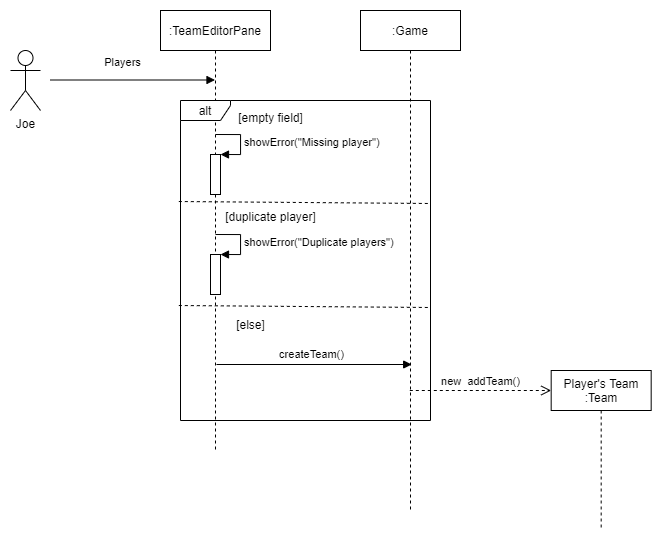
Earlier version of the draw.io export docs/imgs/teamcreation.png (TorsteinTh/software-design-vu). Source tidied: cells renumbered, new cells last; positions are measured from the earlier drawing's top-left corner, leaving out a move shared by most shapes. Its diagram source:
```xml
<mxGraphModel background="#ffffff">
  <root>
    <mxCell id="0" />
    <mxCell id="1" parent="0" />
    <mxCell id="2" value="Joe" style="shape=umlActor;verticalLabelPosition=bottom;labelBackgroundColor=#ffffff;verticalAlign=top;html=1;" parent="1" vertex="1">
      <mxGeometry y="40" width="30" height="60" as="geometry" />
    </mxCell>
    <mxCell id="3" value="Players" style="html=1;verticalAlign=bottom;endArrow=block;" parent="1" edge="1">
      <mxGeometry x="-0.13" y="10" relative="1" as="geometry">
        <mxPoint x="40" y="69.5" as="sourcePoint" />
        <mxPoint x="204.5" y="69.5" as="targetPoint" />
        <mxPoint y="1" as="offset" />
      </mxGeometry>
    </mxCell>
    <mxCell id="4" value=":TeamEditorPane" style="shape=umlLifeline;perimeter=lifelinePerimeter;whiteSpace=wrap;html=1;" parent="1" vertex="1">
      <mxGeometry x="150" width="110" height="440" as="geometry" />
    </mxCell>
    <mxCell id="5" value=":Game" style="shape=umlLifeline;perimeter=lifelinePerimeter;whiteSpace=wrap;html=1;" parent="1" vertex="1">
      <mxGeometry x="350" width="100" height="500" as="geometry" />
    </mxCell>
    <mxCell id="6" value="createTeam()" style="html=1;verticalAlign=bottom;endArrow=block;" parent="1" edge="1">
      <mxGeometry x="-0.02" y="1" relative="1" as="geometry">
        <mxPoint x="206" y="354" as="sourcePoint" />
        <mxPoint x="401.2" y="354" as="targetPoint" />
      </mxGeometry>
    </mxCell>
    <mxCell id="7" value="Player's Team&lt;br&gt;:Team" style="shape=umlLifeline;perimeter=lifelinePerimeter;whiteSpace=wrap;html=1;" parent="1" vertex="1">
      <mxGeometry x="540.7" y="360" width="100" height="160" as="geometry" />
    </mxCell>
    <mxCell id="8" value="new&amp;nbsp; addTeam()" style="html=1;verticalAlign=bottom;endArrow=open;dashed=1;endSize=8;" parent="1" edge="1">
      <mxGeometry relative="1" as="geometry">
        <mxPoint x="399.3" y="380" as="sourcePoint" />
        <mxPoint x="540.7" y="380" as="targetPoint" />
      </mxGeometry>
    </mxCell>
    <mxCell id="9" value="alt" style="shape=umlFrame;whiteSpace=wrap;html=1;width=50;height=20;" parent="1" vertex="1">
      <mxGeometry x="170" y="90" width="250" height="320" as="geometry" />
    </mxCell>
    <mxCell id="10" style="endArrow=none;dashed=1;html=1;exitX=-0.006;exitY=0.526;exitDx=0;exitDy=0;exitPerimeter=0;" parent="1" edge="1">
      <mxGeometry relative="1" as="geometry">
        <mxPoint x="168.3" y="295" as="sourcePoint" />
        <mxPoint x="420" y="297" as="targetPoint" />
      </mxGeometry>
    </mxCell>
    <mxCell id="11" value="[empty field]" style="text;html=1;align=center;verticalAlign=middle;" parent="1" vertex="1">
      <mxGeometry x="220" y="97" width="80" height="20" as="geometry" />
    </mxCell>
    <mxCell id="12" style="endArrow=none;dashed=1;html=1;exitX=-0.006;exitY=0.526;exitDx=0;exitDy=0;exitPerimeter=0;" parent="1" edge="1">
      <mxGeometry relative="1" as="geometry">
        <mxPoint x="168.3" y="191" as="sourcePoint" />
        <mxPoint x="420" y="193" as="targetPoint" />
      </mxGeometry>
    </mxCell>
    <mxCell id="13" style="html=1;points=[];perimeter=orthogonalPerimeter;" parent="1" vertex="1">
      <mxGeometry x="200" y="144" width="10" height="40" as="geometry" />
    </mxCell>
    <mxCell id="14" value="showError(&quot;Missing player&quot;)" style="edgeStyle=orthogonalEdgeStyle;html=1;align=left;spacingLeft=2;endArrow=block;rounded=0;entryX=1;entryY=0;" parent="1" edge="1" target="13">
      <mxGeometry relative="1" as="geometry">
        <mxPoint x="205" y="124" as="sourcePoint" />
        <Array as="points">
          <mxPoint x="230" y="124" />
        </Array>
      </mxGeometry>
    </mxCell>
    <mxCell id="15" value="[duplicate player]" style="text;html=1;align=center;verticalAlign=middle;" parent="1" vertex="1">
      <mxGeometry x="205" y="196" width="110" height="20" as="geometry" />
    </mxCell>
    <mxCell id="16" style="html=1;points=[];perimeter=orthogonalPerimeter;" parent="1" vertex="1">
      <mxGeometry x="200" y="244" width="10" height="40" as="geometry" />
    </mxCell>
    <mxCell id="17" value="showError(&quot;Duplicate players&quot;)" style="edgeStyle=orthogonalEdgeStyle;html=1;align=left;spacingLeft=2;endArrow=block;rounded=0;entryX=1;entryY=0;" parent="1" edge="1" target="16">
      <mxGeometry relative="1" as="geometry">
        <mxPoint x="205" y="224" as="sourcePoint" />
        <Array as="points">
          <mxPoint x="230" y="224" />
        </Array>
      </mxGeometry>
    </mxCell>
    <mxCell id="18" value="[else]" style="text;html=1;align=center;verticalAlign=middle;" parent="1" vertex="1">
      <mxGeometry x="220" y="304" width="40" height="20" as="geometry" />
    </mxCell>
  </root>
</mxGraphModel>
```
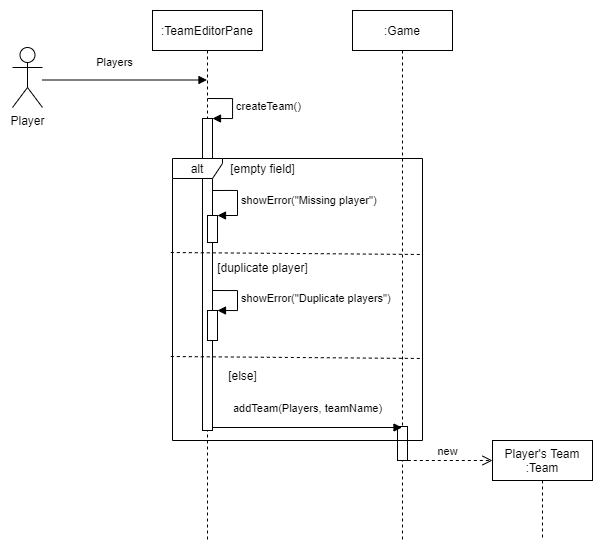
The same diagram one commit later.

What changed in the source:
```diff
@@ -2,9 +2,12 @@
   <root>
     <mxCell id="0" />
     <mxCell id="1" parent="0" />
-    <mxCell id="2" value="Joe" style="shape=umlActor;verticalLabelPosition=bottom;labelBackgroundColor=#ffffff;verticalAlign=top;html=1;" parent="1" vertex="1">
-      <mxGeometry y="40" width="30" height="60" as="geometry" />
-    </mxCell>
+    <mxCell id="8" value="new" style="html=1;verticalAlign=bottom;endArrow=open;dashed=1;endSize=8;" parent="1" edge="1">
+      <mxGeometry relative="1" as="geometry">
+        <mxPoint x="399.3" y="450" as="sourcePoint" />
+        <mxPoint x="490" y="450" as="targetPoint" />
+      </mxGeometry>
+    </mxCell>
     <mxCell id="3" value="Players" style="html=1;verticalAlign=bottom;endArrow=block;" parent="1" edge="1">
       <mxGeometry x="-0.13" y="10" relative="1" as="geometry">
         <mxPoint x="40" y="69.5" as="sourcePoint" />
@@ -13,71 +16,82 @@
       </mxGeometry>
     </mxCell>
     <mxCell id="4" value=":TeamEditorPane" style="shape=umlLifeline;perimeter=lifelinePerimeter;whiteSpace=wrap;html=1;" parent="1" vertex="1">
-      <mxGeometry x="150" width="110" height="440" as="geometry" />
+      <mxGeometry x="150" width="110" height="530" as="geometry" />
     </mxCell>
+    <mxCell id="19" style="html=1;points=[];perimeter=orthogonalPerimeter;" parent="4" vertex="1">
+      <mxGeometry x="50" y="108" width="10" height="312" as="geometry" />
+    </mxCell>
+    <mxCell id="6" value="createTeam()" style="edgeStyle=orthogonalEdgeStyle;html=1;align=left;spacingLeft=2;endArrow=block;rounded=0;entryX=1;entryY=0;" parent="4" edge="1" target="19">
+      <mxGeometry relative="1" as="geometry">
+        <mxPoint x="55" y="88" as="sourcePoint" />
+        <Array as="points">
+          <mxPoint x="80" y="88" />
+        </Array>
+      </mxGeometry>
+    </mxCell>
     <mxCell id="5" value=":Game" style="shape=umlLifeline;perimeter=lifelinePerimeter;whiteSpace=wrap;html=1;" parent="1" vertex="1">
-      <mxGeometry x="350" width="100" height="500" as="geometry" />
+      <mxGeometry x="350" width="100" height="530" as="geometry" />
     </mxCell>
-    <mxCell id="6" value="createTeam()" style="html=1;verticalAlign=bottom;endArrow=block;" parent="1" edge="1">
-      <mxGeometry x="-0.02" y="1" relative="1" as="geometry">
-        <mxPoint x="206" y="354" as="sourcePoint" />
-        <mxPoint x="401.2" y="354" as="targetPoint" />
-      </mxGeometry>
-    </mxCell>
+    <mxCell id="20" style="html=1;perimeter=orthogonalPerimeter;" parent="5" vertex="1">
+      <mxGeometry x="45" y="416" width="10" height="34" as="geometry" />
+    </mxCell>
     <mxCell id="7" value="Player's Team&lt;br&gt;:Team" style="shape=umlLifeline;perimeter=lifelinePerimeter;whiteSpace=wrap;html=1;" parent="1" vertex="1">
-      <mxGeometry x="540.7" y="360" width="100" height="160" as="geometry" />
+      <mxGeometry x="490" y="430" width="100" height="100" as="geometry" />
     </mxCell>
-    <mxCell id="8" value="new&amp;nbsp; addTeam()" style="html=1;verticalAlign=bottom;endArrow=open;dashed=1;endSize=8;" parent="1" edge="1">
-      <mxGeometry relative="1" as="geometry">
-        <mxPoint x="399.3" y="380" as="sourcePoint" />
-        <mxPoint x="540.7" y="380" as="targetPoint" />
-      </mxGeometry>
-    </mxCell>
     <mxCell id="9" value="alt" style="shape=umlFrame;whiteSpace=wrap;html=1;width=50;height=20;" parent="1" vertex="1">
-      <mxGeometry x="170" y="90" width="250" height="320" as="geometry" />
+      <mxGeometry x="170" y="148" width="250" height="282" as="geometry" />
     </mxCell>
     <mxCell id="10" style="endArrow=none;dashed=1;html=1;exitX=-0.006;exitY=0.526;exitDx=0;exitDy=0;exitPerimeter=0;" parent="1" edge="1">
       <mxGeometry relative="1" as="geometry">
-        <mxPoint x="168.3" y="295" as="sourcePoint" />
-        <mxPoint x="420" y="297" as="targetPoint" />
+        <mxPoint x="168.3" y="346" as="sourcePoint" />
+        <mxPoint x="420" y="348" as="targetPoint" />
       </mxGeometry>
     </mxCell>
     <mxCell id="11" value="[empty field]" style="text;html=1;align=center;verticalAlign=middle;" parent="1" vertex="1">
-      <mxGeometry x="220" y="97" width="80" height="20" as="geometry" />
+      <mxGeometry x="220" y="148" width="80" height="20" as="geometry" />
     </mxCell>
     <mxCell id="12" style="endArrow=none;dashed=1;html=1;exitX=-0.006;exitY=0.526;exitDx=0;exitDy=0;exitPerimeter=0;" parent="1" edge="1">
       <mxGeometry relative="1" as="geometry">
-        <mxPoint x="168.3" y="191" as="sourcePoint" />
-        <mxPoint x="420" y="193" as="targetPoint" />
+        <mxPoint x="168.3" y="242" as="sourcePoint" />
+        <mxPoint x="420" y="244" as="targetPoint" />
       </mxGeometry>
     </mxCell>
-    <mxCell id="13" style="html=1;points=[];perimeter=orthogonalPerimeter;" parent="1" vertex="1">
-      <mxGeometry x="200" y="144" width="10" height="40" as="geometry" />
-    </mxCell>
-    <mxCell id="14" value="showError(&quot;Missing player&quot;)" style="edgeStyle=orthogonalEdgeStyle;html=1;align=left;spacingLeft=2;endArrow=block;rounded=0;entryX=1;entryY=0;" parent="1" edge="1" target="13">
-      <mxGeometry relative="1" as="geometry">
-        <mxPoint x="205" y="124" as="sourcePoint" />
-        <Array as="points">
-          <mxPoint x="230" y="124" />
-        </Array>
-      </mxGeometry>
-    </mxCell>
     <mxCell id="15" value="[duplicate player]" style="text;html=1;align=center;verticalAlign=middle;" parent="1" vertex="1">
-      <mxGeometry x="205" y="196" width="110" height="20" as="geometry" />
+      <mxGeometry x="205" y="247" width="110" height="20" as="geometry" />
     </mxCell>
     <mxCell id="16" style="html=1;points=[];perimeter=orthogonalPerimeter;" parent="1" vertex="1">
-      <mxGeometry x="200" y="244" width="10" height="40" as="geometry" />
+      <mxGeometry x="205" y="300" width="10" height="30" as="geometry" />
     </mxCell>
     <mxCell id="17" value="showError(&quot;Duplicate players&quot;)" style="edgeStyle=orthogonalEdgeStyle;html=1;align=left;spacingLeft=2;endArrow=block;rounded=0;entryX=1;entryY=0;" parent="1" edge="1" target="16">
       <mxGeometry relative="1" as="geometry">
-        <mxPoint x="205" y="224" as="sourcePoint" />
+        <mxPoint x="210" y="280" as="sourcePoint" />
         <Array as="points">
-          <mxPoint x="230" y="224" />
+          <mxPoint x="235" y="280" />
         </Array>
       </mxGeometry>
     </mxCell>
     <mxCell id="18" value="[else]" style="text;html=1;align=center;verticalAlign=middle;" parent="1" vertex="1">
-      <mxGeometry x="220" y="304" width="40" height="20" as="geometry" />
+      <mxGeometry x="220" y="355" width="40" height="20" as="geometry" />
     </mxCell>
+    <mxCell id="21" value="Player" style="shape=umlActor;verticalLabelPosition=bottom;labelBackgroundColor=#ffffff;verticalAlign=top;html=1;" parent="1" vertex="1">
+      <mxGeometry x="10" y="37" width="30" height="60" as="geometry" />
+    </mxCell>
+    <mxCell id="13" style="html=1;points=[];perimeter=orthogonalPerimeter;" parent="1" vertex="1">
+      <mxGeometry x="205" y="205" width="10" height="27" as="geometry" />
+    </mxCell>
+    <mxCell id="14" value="showError(&quot;Missing player&quot;)" style="edgeStyle=orthogonalEdgeStyle;html=1;align=left;spacingLeft=2;endArrow=block;rounded=0;entryX=1;entryY=0;" parent="1" edge="1" target="13">
+      <mxGeometry relative="1" as="geometry">
+        <mxPoint x="210" y="180" as="sourcePoint" />
+        <Array as="points">
+          <mxPoint x="235" y="180" />
+        </Array>
+      </mxGeometry>
+    </mxCell>
+    <mxCell id="22" value="addTeam(Players, teamName)" style="html=1;verticalAlign=bottom;endArrow=block;exitX=1;exitY=1;exitDx=0;exitDy=0;exitPerimeter=0;" parent="1" edge="1">
+      <mxGeometry y="10" relative="1" as="geometry">
+        <mxPoint x="210" y="417" as="sourcePoint" />
+        <mxPoint x="399.5" y="417" as="targetPoint" />
+      </mxGeometry>
+    </mxCell>
   </root>
 </mxGraphModel>
```
